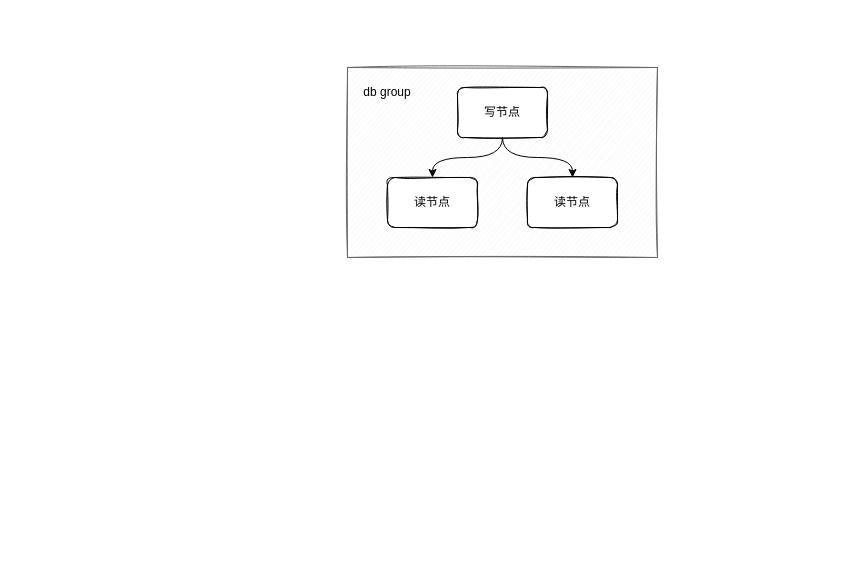
Above: 数据库中间件.drawio in starjavaer/diagram (draw.io), before the change. Source tidied: cells renumbered, new cells numbered last; positions are measured from the earlier drawing's top-left corner, leaving out a move shared by most shapes. Both pictures are drawn from the tidied source at 100%, with x=0, y=0 at pixel (347, 67).
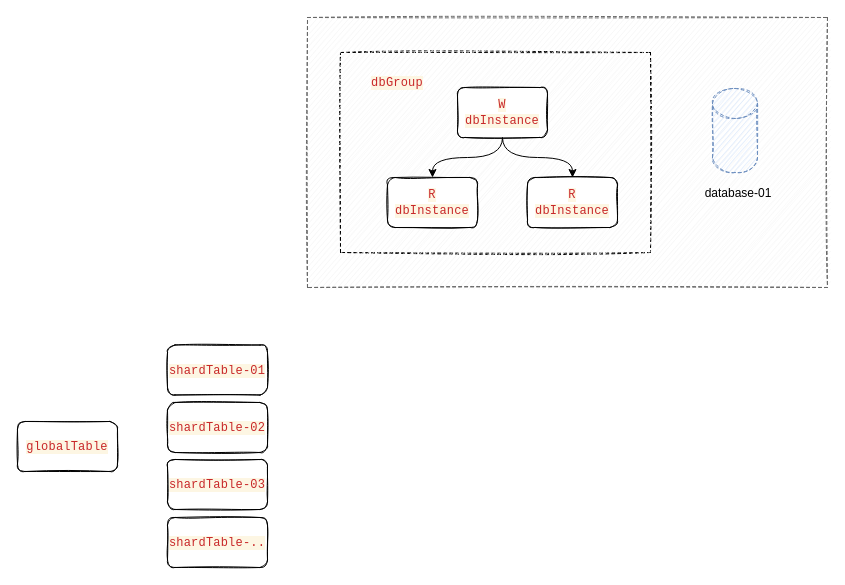
The same diagram, later.

Commit message (it also covers changes not shown here):
Update 数据库中间件.drawio

Change to the diagram source:
```diff
@@
 <mxGraphModel>
   <root>
     <mxCell id="0" />
     <mxCell id="1" parent="0" />
+    <mxCell id="9" style="rounded=0;whiteSpace=wrap;html=1;dashed=1;sketch=1;" parent="1" vertex="1">
+      <mxGeometry x="-7" y="-15" width="310" height="200" as="geometry" />
+    </mxCell>
-    <mxCell id="2" style="rounded=0;whiteSpace=wrap;html=1;sketch=1;fillColor=#f5f5f5;fontColor=#333333;strokeColor=#666666;" parent="1" vertex="1">
-      <mxGeometry width="310" height="190" as="geometry" />
+    <mxCell id="2" style="rounded=0;whiteSpace=wrap;html=1;sketch=1;fillColor=#f5f5f5;fontColor=#333333;strokeColor=#666666;dashed=1;" parent="1" vertex="1">
+      <mxGeometry x="-40" y="-50" width="520" height="270" as="geometry" />
     </mxCell>
     <mxCell id="3" style="edgeStyle=orthogonalEdgeStyle;jettySize=auto;html=1;exitX=0.5;exitY=1;exitDx=0;exitDy=0;entryX=0.5;entryY=0;entryDx=0;entryDy=0;curved=1;" parent="1" edge="1" source="5" target="6">
       <mxGeometry relative="1" as="geometry" />
     </mxCell>
     <mxCell id="4" style="edgeStyle=orthogonalEdgeStyle;jettySize=auto;html=1;exitX=0.5;exitY=1;exitDx=0;exitDy=0;entryX=0.5;entryY=0;entryDx=0;entryDy=0;curved=1;" parent="1" edge="1" source="5" target="7">
       <mxGeometry relative="1" as="geometry" />
     </mxCell>
-    <mxCell id="5" value="写节点" style="rounded=1;whiteSpace=wrap;html=1;sketch=1;" parent="1" vertex="1">
+    <mxCell id="5" value="&lt;span style=&quot;color: rgb(200 , 40 , 41) ; font-size: inherit ; font-family: &amp;#34;consolas&amp;#34; , &amp;#34;liberation mono&amp;#34; , &amp;#34;menlo&amp;#34; , &amp;#34;courier&amp;#34; , monospace ; background-color: rgb(253 , 246 , 227) ; letter-spacing: 0.2px&quot;&gt;W dbInstance&lt;/span&gt;" style="rounded=1;whiteSpace=wrap;html=1;sketch=1;" parent="1" vertex="1">
       <mxGeometry x="110" y="20" width="90" height="50" as="geometry" />
     </mxCell>
-    <mxCell id="6" value="读节点" style="rounded=1;whiteSpace=wrap;html=1;sketch=1;" parent="1" vertex="1">
+    <mxCell id="6" value="&lt;span style=&quot;color: rgb(200 , 40 , 41) ; font-family: &amp;#34;consolas&amp;#34; , &amp;#34;liberation mono&amp;#34; , &amp;#34;menlo&amp;#34; , &amp;#34;courier&amp;#34; , monospace ; letter-spacing: 0.2px ; background-color: rgb(253 , 246 , 227)&quot;&gt;R&lt;br&gt;&lt;/span&gt;&lt;span style=&quot;color: rgb(200 , 40 , 41) ; font-size: inherit ; font-family: &amp;#34;consolas&amp;#34; , &amp;#34;liberation mono&amp;#34; , &amp;#34;menlo&amp;#34; , &amp;#34;courier&amp;#34; , monospace ; background-color: rgb(253 , 246 , 227) ; letter-spacing: 0.2px&quot;&gt;dbInstance&lt;/span&gt;" style="rounded=1;whiteSpace=wrap;html=1;sketch=1;" parent="1" vertex="1">
       <mxGeometry x="40" y="110" width="90" height="50" as="geometry" />
     </mxCell>
-    <mxCell id="7" value="读节点" style="rounded=1;whiteSpace=wrap;html=1;sketch=1;" parent="1" vertex="1">
+    <mxCell id="7" value="&lt;span style=&quot;color: rgb(200 , 40 , 41) ; font-family: &amp;#34;consolas&amp;#34; , &amp;#34;liberation mono&amp;#34; , &amp;#34;menlo&amp;#34; , &amp;#34;courier&amp;#34; , monospace ; letter-spacing: 0.2px ; background-color: rgb(253 , 246 , 227)&quot;&gt;R&lt;br&gt;&lt;/span&gt;&lt;span style=&quot;font-size: inherit ; color: rgb(200 , 40 , 41) ; font-family: &amp;#34;consolas&amp;#34; , &amp;#34;liberation mono&amp;#34; , &amp;#34;menlo&amp;#34; , &amp;#34;courier&amp;#34; , monospace ; background-color: rgb(253 , 246 , 227) ; letter-spacing: 0.2px&quot;&gt;dbInstance&lt;/span&gt;" style="rounded=1;whiteSpace=wrap;html=1;sketch=1;" parent="1" vertex="1">
       <mxGeometry x="180" y="110" width="90" height="50" as="geometry" />
     </mxCell>
-    <mxCell id="8" value="db group" style="text;html=1;strokeColor=none;fillColor=none;align=center;verticalAlign=middle;whiteSpace=wrap;rounded=0;sketch=1;" parent="1" vertex="1">
-      <mxGeometry x="10" y="10" width="60" height="30" as="geometry" />
-    </mxCell>
+    <mxCell id="10" value="&lt;span style=&quot;color: rgb(200 , 40 , 41) ; font-family: &amp;#34;consolas&amp;#34; , &amp;#34;liberation mono&amp;#34; , &amp;#34;menlo&amp;#34; , &amp;#34;courier&amp;#34; , monospace ; letter-spacing: 0.2px ; background-color: rgb(253 , 246 , 227)&quot;&gt;dbGroup&lt;/span&gt;" style="text;html=1;strokeColor=none;fillColor=none;align=center;verticalAlign=middle;whiteSpace=wrap;rounded=0;dashed=1;sketch=1;" parent="1" vertex="1">
+      <mxGeometry x="10" width="80" height="30" as="geometry" />
+    </mxCell>
+    <mxCell id="11" style="shape=cylinder3;whiteSpace=wrap;html=1;boundedLbl=1;backgroundOutline=1;size=15;dashed=1;sketch=1;fillColor=#dae8fc;strokeColor=#6c8ebf;" parent="1" vertex="1">
+      <mxGeometry x="365" y="21" width="45" height="84" as="geometry" />
+    </mxCell>
+    <mxCell id="12" value="database-01" style="text;html=1;strokeColor=none;fillColor=none;align=center;verticalAlign=middle;whiteSpace=wrap;rounded=0;dashed=1;sketch=1;" parent="1" vertex="1">
+      <mxGeometry x="356" y="111" width="70" height="30" as="geometry" />
+    </mxCell>
+    <mxCell id="13" value="&lt;font color=&quot;#c82829&quot; face=&quot;consolas, liberation mono, menlo, courier, monospace&quot;&gt;&lt;span style=&quot;letter-spacing: 0.2px ; background-color: rgb(253 , 246 , 227)&quot;&gt;shardTable-01&lt;/span&gt;&lt;/font&gt;" style="rounded=1;whiteSpace=wrap;html=1;sketch=1;" parent="1" vertex="1">
+      <mxGeometry x="-180" y="277.5" width="100" height="50" as="geometry" />
+    </mxCell>
+    <mxCell id="14" value="&lt;font color=&quot;#c82829&quot; face=&quot;consolas, liberation mono, menlo, courier, monospace&quot;&gt;&lt;span style=&quot;letter-spacing: 0.2px ; background-color: rgb(253 , 246 , 227)&quot;&gt;shardTable-02&lt;/span&gt;&lt;/font&gt;" style="rounded=1;whiteSpace=wrap;html=1;sketch=1;" parent="1" vertex="1">
+      <mxGeometry x="-180" y="335" width="100" height="50" as="geometry" />
+    </mxCell>
+    <mxCell id="15" value="&lt;font color=&quot;#c82829&quot; face=&quot;consolas, liberation mono, menlo, courier, monospace&quot;&gt;&lt;span style=&quot;letter-spacing: 0.2px ; background-color: rgb(253 , 246 , 227)&quot;&gt;shardTable-..&lt;/span&gt;&lt;/font&gt;" style="rounded=1;whiteSpace=wrap;html=1;sketch=1;" parent="1" vertex="1">
+      <mxGeometry x="-180" y="450" width="100" height="50" as="geometry" />
+    </mxCell>
+    <mxCell id="16" value="&lt;font color=&quot;#c82829&quot; face=&quot;consolas, liberation mono, menlo, courier, monospace&quot;&gt;&lt;span style=&quot;letter-spacing: 0.2px ; background-color: rgb(253 , 246 , 227)&quot;&gt;shardTable-03&lt;/span&gt;&lt;/font&gt;" style="rounded=1;whiteSpace=wrap;html=1;sketch=1;" parent="1" vertex="1">
+      <mxGeometry x="-180" y="392" width="100" height="50" as="geometry" />
+    </mxCell>
+    <mxCell id="17" value="&lt;font color=&quot;#c82829&quot; face=&quot;consolas, liberation mono, menlo, courier, monospace&quot;&gt;&lt;span style=&quot;letter-spacing: 0.2px ; background-color: rgb(253 , 246 , 227)&quot;&gt;globalTable&lt;/span&gt;&lt;/font&gt;" style="rounded=1;whiteSpace=wrap;html=1;sketch=1;" parent="1" vertex="1">
+      <mxGeometry x="-330" y="354" width="100" height="50" as="geometry" />
+    </mxCell>
   </root>
 </mxGraphModel>
```
